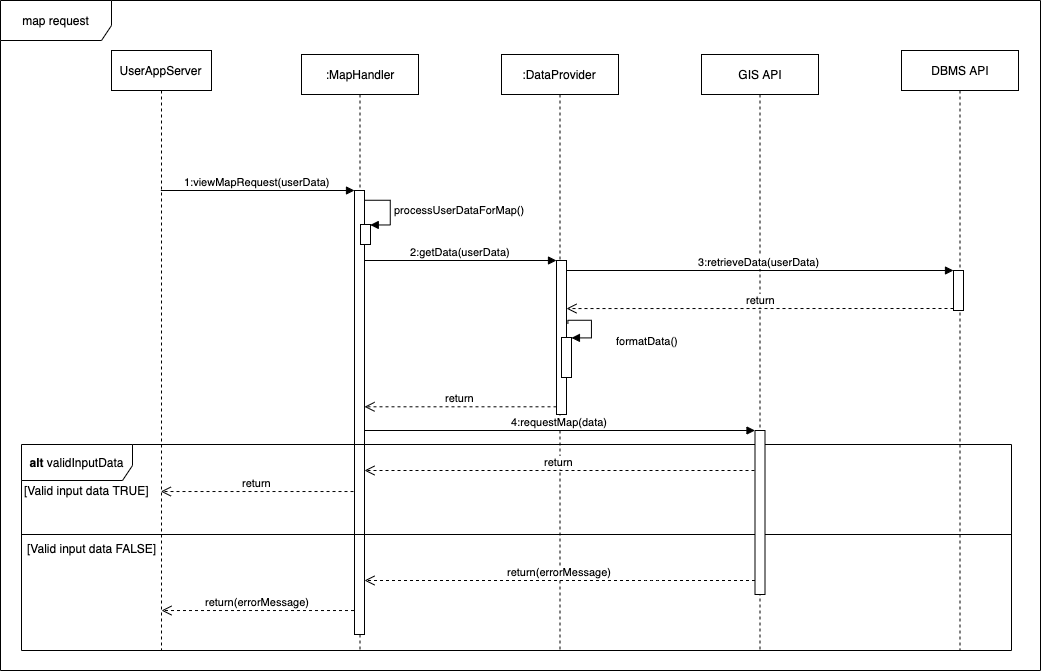
The draw.io diagram Releases/DD/img/sequence/mapRequest.png in amecava/safestreets, before a commit. Source tidied: cells renumbered, new cells last; positions are measured from the earlier drawing's top-left corner, leaving out a move shared by most shapes.
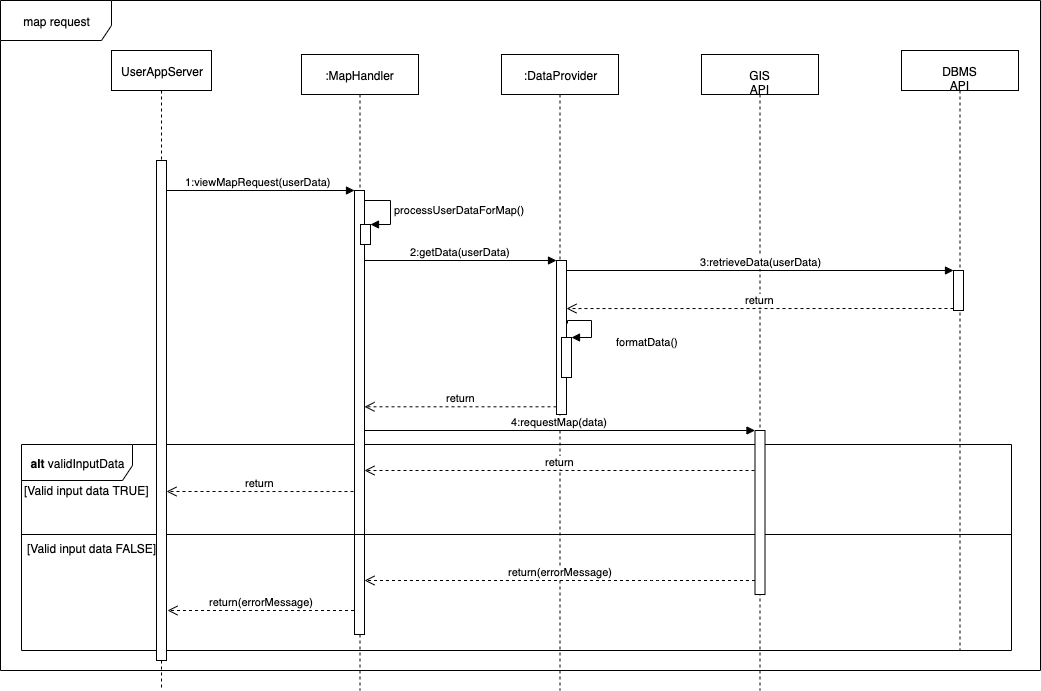
The same diagram one commit later.

Diff of the diagram source:
```diff
@@ -2,11 +2,17 @@
   <root>
     <mxCell id="0" />
     <mxCell id="1" parent="0" />
+    <mxCell id="14" value="&lt;b&gt;alt&lt;/b&gt; validInputData" style="shape=umlFrame;whiteSpace=wrap;html=1;width=111;height=36;" parent="1" vertex="1">
+      <mxGeometry x="21" y="444" width="990" height="206" as="geometry" />
+    </mxCell>
+    <mxCell id="13" value="map request" style="shape=umlFrame;whiteSpace=wrap;html=1;width=111;height=40;" parent="1" vertex="1">
+      <mxGeometry width="1040" height="670" as="geometry" />
+    </mxCell>
     <mxCell id="2" value="UserAppServer" style="shape=umlLifeline;perimeter=lifelinePerimeter;whiteSpace=wrap;html=1;outlineConnect=0;" parent="1" vertex="1">
-      <mxGeometry x="111" y="50" width="100" height="600" as="geometry" />
+      <mxGeometry x="111" y="50" width="100" height="640" as="geometry" />
     </mxCell>
     <mxCell id="3" value=":MapHandler" style="shape=umlLifeline;perimeter=lifelinePerimeter;whiteSpace=wrap;html=1;" parent="1" vertex="1">
-      <mxGeometry x="301" y="54" width="117" height="596" as="geometry" />
+      <mxGeometry x="301" y="54" width="117" height="636" as="geometry" />
     </mxCell>
     <mxCell id="4" style="html=1;points=[];perimeter=orthogonalPerimeter;" parent="3" vertex="1">
       <mxGeometry x="53" y="136" width="10" height="444" as="geometry" />
@@ -23,7 +29,7 @@
       </mxGeometry>
     </mxCell>
     <mxCell id="7" value=":DataProvider" style="shape=umlLifeline;perimeter=lifelinePerimeter;whiteSpace=wrap;html=1;" parent="1" vertex="1">
-      <mxGeometry x="501" y="54" width="117" height="596" as="geometry" />
+      <mxGeometry x="501" y="54" width="117" height="636" as="geometry" />
     </mxCell>
     <mxCell id="8" style="html=1;points=[];perimeter=orthogonalPerimeter;" parent="7" vertex="1">
       <mxGeometry x="55" y="206" width="10" height="154" as="geometry" />
@@ -47,12 +53,6 @@
     <mxCell id="12" style="html=1;points=[];perimeter=orthogonalPerimeter;" parent="11" vertex="1">
       <mxGeometry x="52" y="220" width="10" height="40" as="geometry" />
     </mxCell>
-    <mxCell id="13" value="map request" style="shape=umlFrame;whiteSpace=wrap;html=1;width=111;height=40;" parent="1" vertex="1">
-      <mxGeometry width="1040" height="670" as="geometry" />
-    </mxCell>
-    <mxCell id="14" value="&lt;b&gt;alt&lt;/b&gt; validInputData" style="shape=umlFrame;whiteSpace=wrap;html=1;width=111;height=36;" parent="1" vertex="1">
-      <mxGeometry x="21" y="444" width="990" height="206" as="geometry" />
-    </mxCell>
     <mxCell id="15" style="line;strokeWidth=1;fillColor=none;align=left;verticalAlign=middle;spacingTop=-1;spacingLeft=3;spacingRight=3;labelPosition=right;" parent="1" vertex="1">
       <mxGeometry x="21" y="530" width="990" height="8" as="geometry" />
     </mxCell>
@@ -63,7 +63,7 @@
       <mxGeometry x="21" y="538" width="140" height="20" as="geometry" />
     </mxCell>
     <mxCell id="18" value="GIS API" style="shape=umlLifeline;perimeter=lifelinePerimeter;whiteSpace=wrap;html=1;" parent="1" vertex="1">
-      <mxGeometry x="701" y="54" width="117" height="596" as="geometry" />
+      <mxGeometry x="701" y="54" width="117" height="636" as="geometry" />
     </mxCell>
     <mxCell id="19" style="html=1;points=[];perimeter=orthogonalPerimeter;" parent="18" vertex="1">
       <mxGeometry x="53.5" y="376" width="10" height="164" as="geometry" />
@@ -71,7 +71,7 @@
     <mxCell id="20" value="1:viewMapRequest(userData)" style="html=1;verticalAlign=bottom;endArrow=block;entryX=0;entryY=0;" parent="1" edge="1" source="2" target="4">
       <mxGeometry relative="1" as="geometry" />
     </mxCell>
-    <mxCell id="21" value="return" style="html=1;verticalAlign=bottom;endArrow=open;dashed=1;endSize=8;exitX=-0.1;exitY=0.678;exitDx=0;exitDy=0;exitPerimeter=0;" parent="1" edge="1" source="4" target="2">
+    <mxCell id="21" value="return" style="html=1;verticalAlign=bottom;endArrow=open;dashed=1;endSize=8;exitX=-0.1;exitY=0.678;exitDx=0;exitDy=0;exitPerimeter=0;entryX=1;entryY=0.662;entryDx=0;entryDy=0;entryPerimeter=0;" parent="1" edge="1" source="4" target="30">
       <mxGeometry relative="1" as="geometry" />
     </mxCell>
     <mxCell id="22" value="2:getData(userData)" style="html=1;verticalAlign=bottom;endArrow=block;entryX=0;entryY=0;" parent="1" edge="1" source="4" target="8">
@@ -104,11 +104,13 @@
         </Array>
       </mxGeometry>
     </mxCell>
-    <mxCell id="29" value="return(errorMessage)" style="html=1;verticalAlign=bottom;endArrow=open;dashed=1;endSize=8;exitX=-0.1;exitY=0.678;exitDx=0;exitDy=0;exitPerimeter=0;" parent="1" edge="1">
+    <mxCell id="29" value="return(errorMessage)" style="html=1;verticalAlign=bottom;endArrow=open;dashed=1;endSize=8;exitX=-0.1;exitY=0.678;exitDx=0;exitDy=0;exitPerimeter=0;entryX=1.1;entryY=0.9;entryDx=0;entryDy=0;entryPerimeter=0;" parent="1" edge="1" target="30">
       <mxGeometry relative="1" as="geometry">
         <mxPoint x="353.5" y="610" as="sourcePoint" />
-        <mxPoint x="161" y="610" as="targetPoint" />
       </mxGeometry>
     </mxCell>
+    <mxCell id="30" style="html=1;points=[];perimeter=orthogonalPerimeter;" parent="1" vertex="1">
+      <mxGeometry x="156" y="160" width="10" height="500" as="geometry" />
+    </mxCell>
   </root>
 </mxGraphModel>
```
